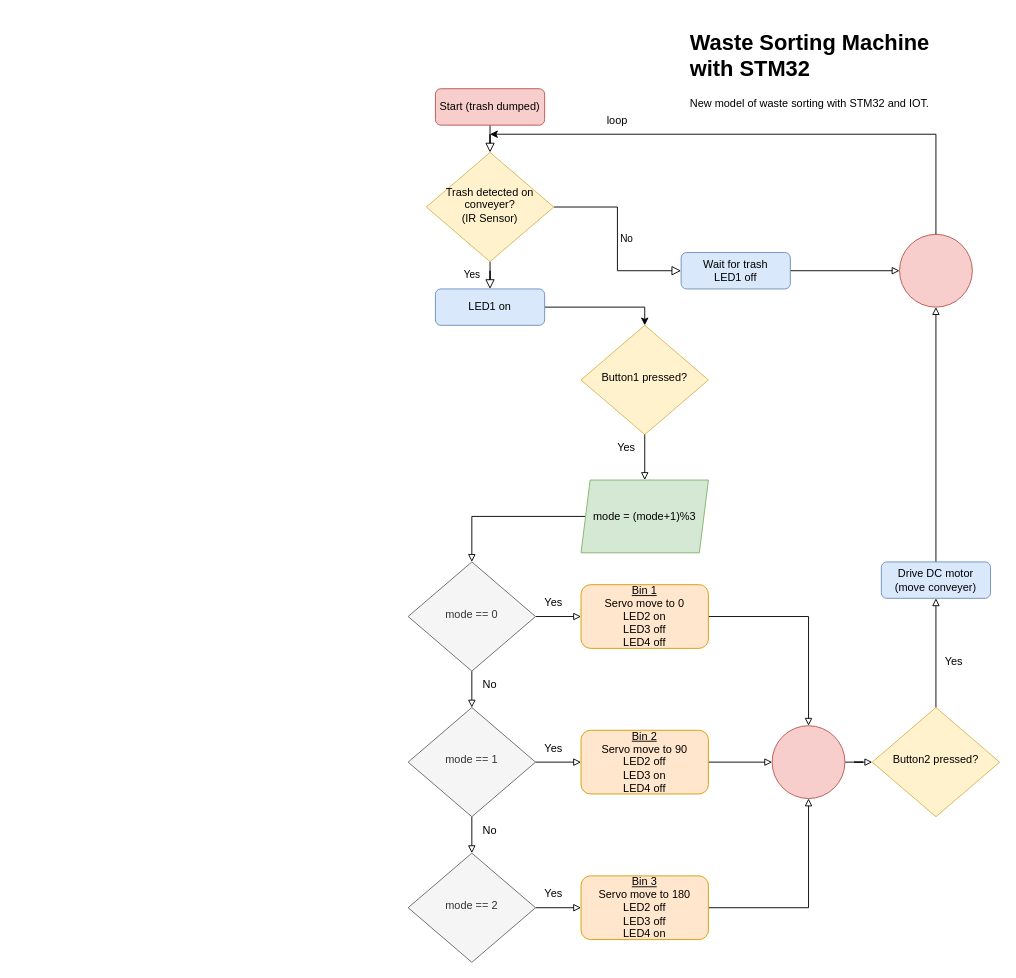
The draw.io diagram Untitled Diagram.drawio in SarmSKunatham/IOTSTM32, before the edit. Source tidied: cells renumbered, new cells numbered last; positions are measured from the earlier drawing's top-left corner, leaving out a move shared by most shapes. Both pictures are drawn from the tidied source at 91%, with x=0, y=0 at pixel (408, 25).
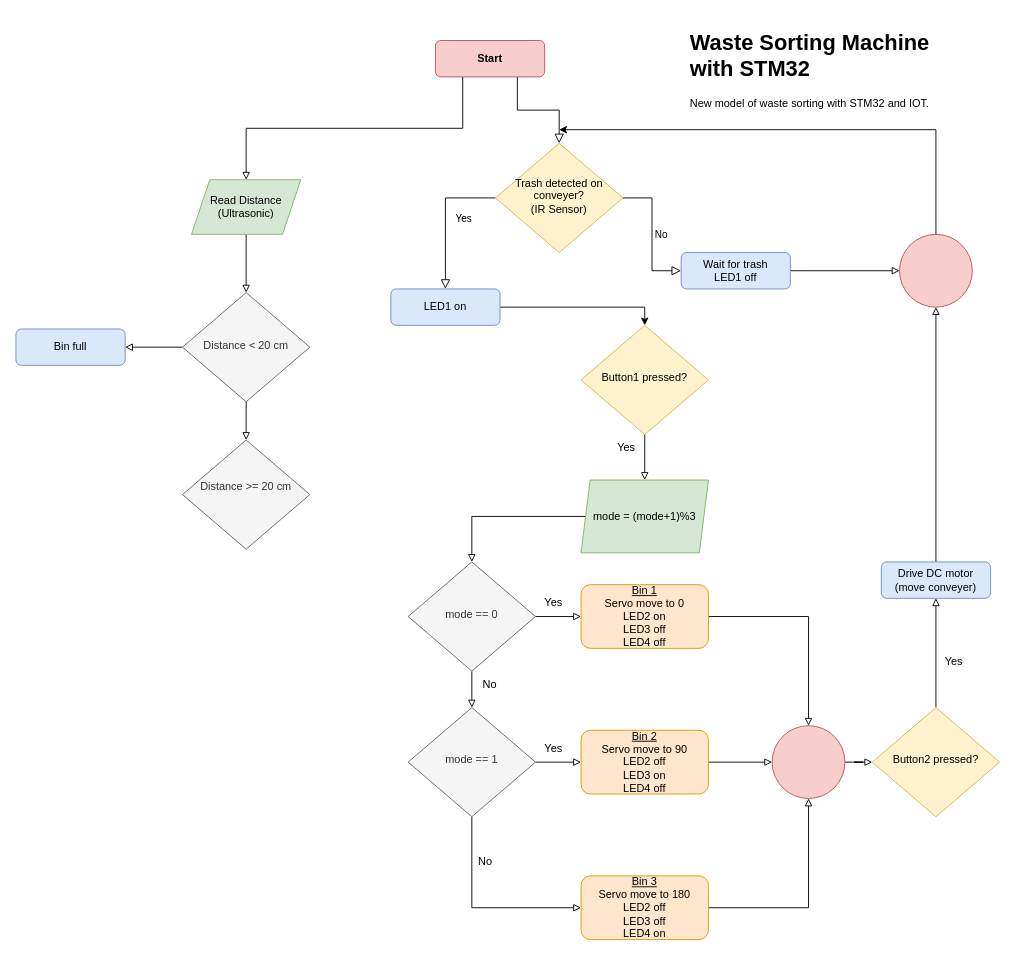
After the change.

The change refers to these unchanged cells:
```xml
<mxCell id="20" value="&lt;div style=&quot;&quot;&gt;mode == 1&lt;/div&gt;" style="rhombus;whiteSpace=wrap;html=1;shadow=0;fontFamily=Helvetica;fontSize=12;align=center;strokeWidth=1;spacing=6;spacingTop=-4;fillColor=#f5f5f5;strokeColor=#666666;fontColor=#333333;" parent="1" vertex="1">
  <mxGeometry y="750" width="140" height="120" as="geometry" />
</mxCell>
<mxCell id="30" value="&lt;u&gt;Bin 3&lt;/u&gt;&lt;br&gt;Servo move to 180&lt;br&gt;LED2 off&lt;br&gt;LED3 off&lt;br&gt;LED4 on" style="rounded=1;whiteSpace=wrap;html=1;fontSize=12;fillColor=#ffe6cc;strokeColor=#d79b00;" parent="1" vertex="1">
  <mxGeometry x="190" y="935" width="140" height="70" as="geometry" />
</mxCell>
<mxCell id="42" style="ellipse;whiteSpace=wrap;html=1;fontSize=12;fillColor=#f8cecc;strokeColor=#b85450;" parent="1" vertex="1">
  <mxGeometry x="540" y="230" width="80" height="80" as="geometry" />
</mxCell>
```

What changed in the source:
```diff
@@
-    <mxCell id="2" style="rounded=0;html=1;jettySize=auto;fontSize=11;endArrow=block;endFill=0;endSize=8;strokeWidth=1;shadow=0;labelBackgroundColor=none;edgeStyle=orthogonalEdgeStyle;" parent="1" edge="1" source="3" target="6">
+    <mxCell id="2" style="rounded=0;html=1;jettySize=auto;fontSize=11;endArrow=block;endFill=0;endSize=8;strokeWidth=1;shadow=0;labelBackgroundColor=none;edgeStyle=orthogonalEdgeStyle;exitX=0.75;exitY=1;exitDx=0;exitDy=0;" parent="1" edge="1" source="3" target="6">
       <mxGeometry relative="1" as="geometry" />
     </mxCell>
+    <mxCell id="46" style="edgeStyle=orthogonalEdgeStyle;rounded=0;jettySize=auto;html=1;exitX=0.25;exitY=1;exitDx=0;exitDy=0;entryX=0.5;entryY=0;entryDx=0;entryDy=0;fontSize=12;startArrow=none;startFill=0;endArrow=block;endFill=0;" parent="1" edge="1" source="3" target="48">
+      <mxGeometry relative="1" as="geometry" />
+    </mxCell>
-    <mxCell id="3" value="Start (trash dumped)" style="rounded=1;whiteSpace=wrap;html=1;fontSize=12;glass=0;strokeWidth=1;shadow=0;fillColor=#f8cecc;strokeColor=#b85450;" parent="1" vertex="1">
-      <mxGeometry x="30" y="70" width="120" height="40" as="geometry" />
+    <mxCell id="3" value="&lt;b&gt;Start&lt;/b&gt;" style="rounded=1;whiteSpace=wrap;html=1;fontSize=12;glass=0;strokeWidth=1;shadow=0;fillColor=#f8cecc;strokeColor=#b85450;" parent="1" vertex="1">
+      <mxGeometry x="30" y="17" width="120" height="40" as="geometry" />
     </mxCell>
-    <mxCell id="4" value="Yes" style="rounded=0;html=1;jettySize=auto;fontSize=11;endArrow=block;endFill=0;endSize=8;strokeWidth=1;shadow=0;labelBackgroundColor=none;edgeStyle=orthogonalEdgeStyle;entryX=0.5;entryY=0;entryDx=0;entryDy=0;" parent="1" edge="1" source="6" target="10">
+    <mxCell id="4" value="Yes" style="rounded=0;html=1;jettySize=auto;fontSize=11;endArrow=block;endFill=0;endSize=8;strokeWidth=1;shadow=0;labelBackgroundColor=none;edgeStyle=orthogonalEdgeStyle;entryX=0.5;entryY=0;entryDx=0;entryDy=0;exitX=0;exitY=0.5;exitDx=0;exitDy=0;" parent="1" edge="1" source="6" target="10">
       <mxGeometry y="20" relative="1" as="geometry" />
     </mxCell>
@@
     <mxCell id="6" value="&lt;div style=&quot;&quot;&gt;&lt;span style=&quot;background-color: initial;&quot;&gt;Trash detected on conveyer?&lt;/span&gt;&lt;/div&gt;&lt;div style=&quot;&quot;&gt;(IR Sensor)&lt;/div&gt;" style="rhombus;whiteSpace=wrap;html=1;shadow=0;fontFamily=Helvetica;fontSize=12;align=center;strokeWidth=1;spacing=6;spacingTop=-4;fillColor=#fff2cc;strokeColor=#d6b656;" parent="1" vertex="1">
-      <mxGeometry x="20" y="140" width="140" height="120" as="geometry" />
+      <mxGeometry x="96" y="130" width="140" height="120" as="geometry" />
     </mxCell>
@@
     <mxCell id="10" value="LED1 on" style="rounded=1;whiteSpace=wrap;html=1;fontSize=12;fillColor=#dae8fc;strokeColor=#6c8ebf;" parent="1" vertex="1">
-      <mxGeometry x="30" y="290" width="120" height="40" as="geometry" />
+      <mxGeometry x="-19" y="290" width="120" height="40" as="geometry" />
     </mxCell>
@@
-    <mxCell id="18" style="edgeStyle=orthogonalEdgeStyle;rounded=0;jettySize=auto;html=1;entryX=0.5;entryY=0;entryDx=0;entryDy=0;fontSize=12;startArrow=none;startFill=0;endArrow=block;endFill=0;" parent="1" edge="1" source="20" target="22">
-      <mxGeometry relative="1" as="geometry" />
+    <mxCell id="18" style="edgeStyle=orthogonalEdgeStyle;rounded=0;jettySize=auto;html=1;fontSize=12;startArrow=none;startFill=0;endArrow=block;endFill=0;entryX=0;entryY=0.5;entryDx=0;entryDy=0;exitX=0.5;exitY=1;exitDx=0;exitDy=0;" parent="1" edge="1" source="20" target="30">
+      <mxGeometry relative="1" as="geometry">
+        <Array as="points">
+          <mxPoint x="70" y="970" />
+        </Array>
+      </mxGeometry>
     </mxCell>
@@
-    <mxCell id="21" style="edgeStyle=orthogonalEdgeStyle;rounded=0;jettySize=auto;html=1;entryX=0;entryY=0.5;entryDx=0;entryDy=0;fontSize=12;startArrow=none;startFill=0;endArrow=block;endFill=0;" parent="1" edge="1" source="22" target="30">
-      <mxGeometry relative="1" as="geometry" />
-    </mxCell>
-    <mxCell id="22" value="&lt;div style=&quot;&quot;&gt;mode == 2&lt;/div&gt;" style="rhombus;whiteSpace=wrap;html=1;shadow=0;fontFamily=Helvetica;fontSize=12;align=center;strokeWidth=1;spacing=6;spacingTop=-4;fillColor=#f5f5f5;strokeColor=#666666;fontColor=#333333;" parent="1" vertex="1">
-      <mxGeometry y="910" width="140" height="120" as="geometry" />
-    </mxCell>
@@
-    <mxCell id="33" value="Yes" style="text;html=1;strokeColor=none;fillColor=none;align=center;verticalAlign=middle;whiteSpace=wrap;rounded=0;fontSize=12;" parent="1" vertex="1">
-      <mxGeometry x="130" y="940" width="60" height="30" as="geometry" />
-    </mxCell>
@@
     <mxCell id="35" value="No" style="text;html=1;strokeColor=none;fillColor=none;align=center;verticalAlign=middle;whiteSpace=wrap;rounded=0;fontSize=12;" parent="1" vertex="1">
-      <mxGeometry x="60" y="870" width="60" height="30" as="geometry" />
+      <mxGeometry x="55" y="905" width="60" height="30" as="geometry" />
     </mxCell>
@@
     <mxCell id="43" style="endArrow=classic;html=1;rounded=0;fontSize=12;exitX=0.5;exitY=0;exitDx=0;exitDy=0;" parent="1" edge="1" source="42">
       <mxGeometry relative="1" as="geometry">
-        <mxPoint x="90" y="120" as="targetPoint" />
+        <mxPoint x="166" y="115" as="targetPoint" />
         <Array as="points">
-          <mxPoint x="580" y="120" />
+          <mxPoint x="580" y="115" />
         </Array>
       </mxGeometry>
     </mxCell>
-    <mxCell id="44" value="loop" style="text;html=1;strokeColor=none;fillColor=none;align=center;verticalAlign=middle;whiteSpace=wrap;rounded=0;fontSize=12;" parent="1" vertex="1">
-      <mxGeometry x="200" y="90" width="60" height="30" as="geometry" />
-    </mxCell>
@@
+    <mxCell id="47" style="edgeStyle=orthogonalEdgeStyle;rounded=0;jettySize=auto;html=1;fontSize=12;startArrow=none;startFill=0;endArrow=block;endFill=0;" parent="1" edge="1" source="48" target="51">
+      <mxGeometry relative="1" as="geometry" />
+    </mxCell>
+    <mxCell id="48" value="Read Distance&lt;br&gt;(Ultrasonic)" style="shape=parallelogram;perimeter=parallelogramPerimeter;whiteSpace=wrap;html=1;fixedSize=1;fontSize=12;fillColor=#d5e8d4;strokeColor=#82b366;" parent="1" vertex="1">
+      <mxGeometry x="-238" y="170" width="120" height="60" as="geometry" />
+    </mxCell>
+    <mxCell id="49" style="edgeStyle=orthogonalEdgeStyle;rounded=0;jettySize=auto;html=1;entryX=1;entryY=0.5;entryDx=0;entryDy=0;fontSize=12;startArrow=none;startFill=0;endArrow=block;endFill=0;" parent="1" edge="1" source="51" target="53">
+      <mxGeometry relative="1" as="geometry" />
+    </mxCell>
+    <mxCell id="50" style="edgeStyle=orthogonalEdgeStyle;rounded=0;jettySize=auto;html=1;fontSize=12;startArrow=none;startFill=0;endArrow=block;endFill=0;" parent="1" edge="1" source="51" target="52">
+      <mxGeometry relative="1" as="geometry" />
+    </mxCell>
+    <mxCell id="51" value="&lt;div style=&quot;&quot;&gt;Distance &amp;lt; 20 cm&lt;/div&gt;" style="rhombus;whiteSpace=wrap;html=1;shadow=0;fontFamily=Helvetica;fontSize=12;align=center;strokeWidth=1;spacing=6;spacingTop=-4;fillColor=#f5f5f5;strokeColor=#666666;fontColor=#333333;" parent="1" vertex="1">
+      <mxGeometry x="-248" y="294" width="140" height="120" as="geometry" />
+    </mxCell>
+    <mxCell id="52" value="&lt;div style=&quot;&quot;&gt;&lt;span style=&quot;background-color: initial;&quot;&gt;Distance &amp;gt;= 20 cm&lt;/span&gt;&lt;br&gt;&lt;/div&gt;&lt;div style=&quot;&quot;&gt;&lt;span style=&quot;background-color: initial;&quot;&gt;&lt;br&gt;&lt;/span&gt;&lt;/div&gt;" style="rhombus;whiteSpace=wrap;html=1;shadow=0;fontFamily=Helvetica;fontSize=12;align=center;strokeWidth=1;spacing=6;spacingTop=-4;fillColor=#f5f5f5;strokeColor=#666666;fontColor=#333333;" parent="1" vertex="1">
+      <mxGeometry x="-248" y="456" width="140" height="120" as="geometry" />
+    </mxCell>
+    <mxCell id="53" value="Bin full" style="rounded=1;whiteSpace=wrap;html=1;fontSize=12;fillColor=#dae8fc;strokeColor=#6c8ebf;" parent="1" vertex="1">
+      <mxGeometry x="-431" y="334" width="120" height="40" as="geometry" />
+    </mxCell>
```
